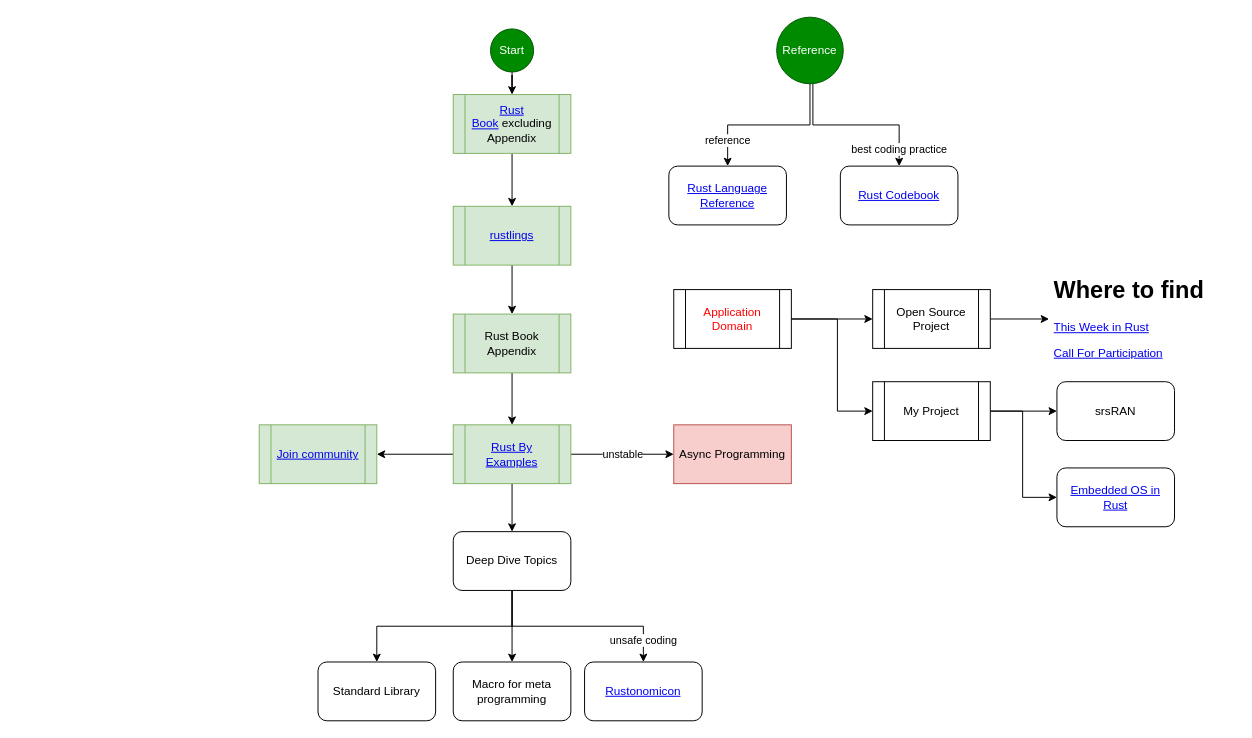
Earlier version of the draw.io diagram page "roadmap" (1 of 2) of learning_roadmap.drawio (gftea/rust_lang_notes). Source tidied: cells renumbered, new cells numbered last; positions are measured from the earlier drawing's top-left corner, leaving out a move shared by most shapes. Both pictures are drawn from the tidied source at 98%, with x=0, y=0 at pixel (259, 17).
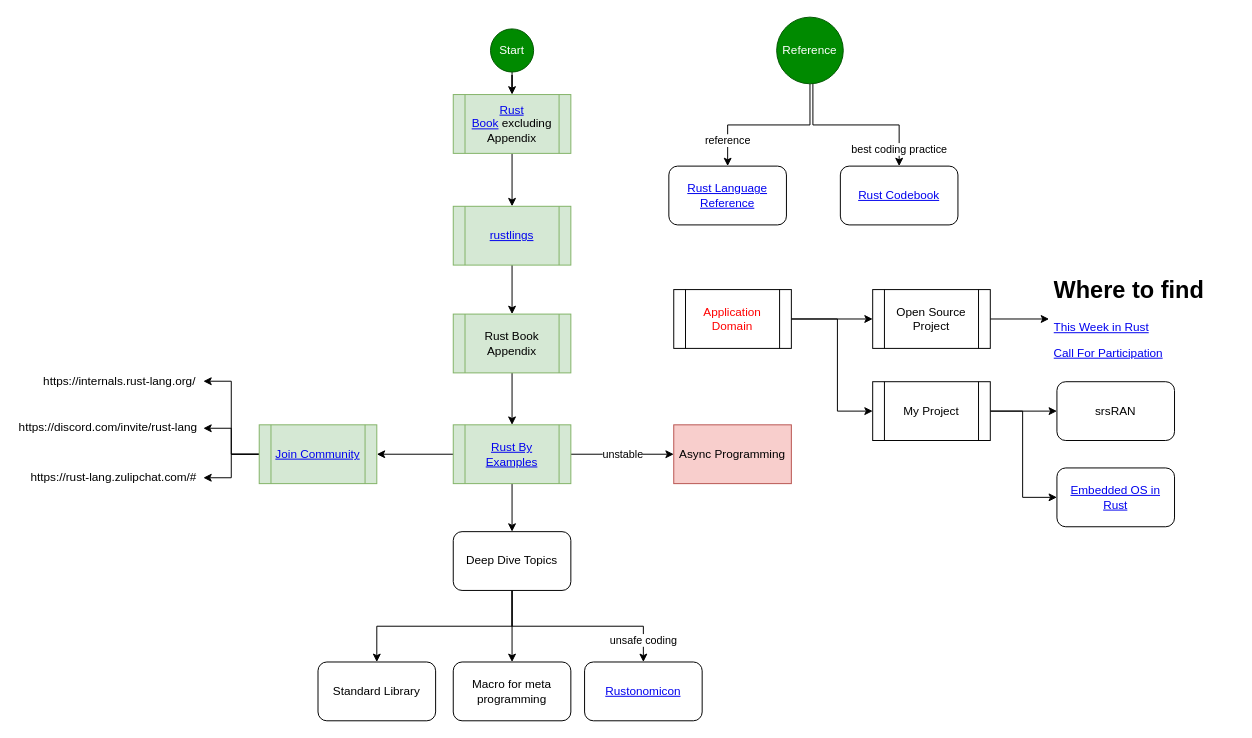
The same page after the edit.

What changed in the source:
```diff
@@
+    <mxCell id="39" style="edgeStyle=orthogonalEdgeStyle;rounded=0;jettySize=auto;html=1;entryX=1;entryY=0.5;entryDx=0;entryDy=0;" parent="1" edge="1" source="22" target="43">
+      <mxGeometry relative="1" as="geometry" />
+    </mxCell>
+    <mxCell id="40" style="edgeStyle=orthogonalEdgeStyle;rounded=0;jettySize=auto;html=1;entryX=1;entryY=0.5;entryDx=0;entryDy=0;" parent="1" edge="1" source="22" target="44">
+      <mxGeometry relative="1" as="geometry" />
+    </mxCell>
+    <mxCell id="41" style="edgeStyle=orthogonalEdgeStyle;rounded=0;jettySize=auto;html=1;entryX=1;entryY=0.5;entryDx=0;entryDy=0;" parent="1" edge="1" source="22" target="42">
+      <mxGeometry relative="1" as="geometry" />
+    </mxCell>
-    <mxCell id="22" value="&lt;a href=&quot;https://www.rust-lang.org/community&quot;&gt;Join community&lt;/a&gt;" style="shape=process;whiteSpace=wrap;html=1;backgroundOutline=1;fillColor=#d5e8d4;strokeColor=#82b366;" parent="1" vertex="1">
+    <mxCell id="22" value="&lt;a href=&quot;https://www.rust-lang.org/community&quot;&gt;Join Community&lt;/a&gt;" style="shape=process;whiteSpace=wrap;html=1;backgroundOutline=1;fillColor=#d5e8d4;strokeColor=#82b366;" parent="1" vertex="1">
       <mxGeometry y="416" width="120" height="60" as="geometry" />
     </mxCell>
@@
+    <mxCell id="42" value="https://rust-lang.zulipchat.com/#" style="text;whiteSpace=wrap;html=1;" parent="1" vertex="1">
+      <mxGeometry x="-235" y="456" width="178" height="28" as="geometry" />
+    </mxCell>
+    <mxCell id="43" value="https://internals.rust-lang.org/" style="text;whiteSpace=wrap;html=1;" parent="1" vertex="1">
+      <mxGeometry x="-222" y="357.5" width="165" height="28" as="geometry" />
+    </mxCell>
+    <mxCell id="44" value="https://discord.com/invite/rust-lang" style="text;whiteSpace=wrap;html=1;" parent="1" vertex="1">
+      <mxGeometry x="-247" y="405" width="190" height="29" as="geometry" />
+    </mxCell>
```
